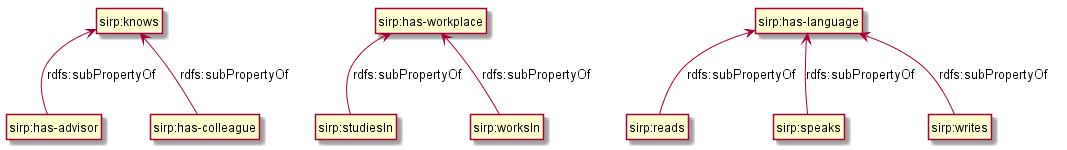
Above: Diagramas UML/PropRecPersonas.png in eriknovic/mi-proyecto-erik (PlantUML), before the change.
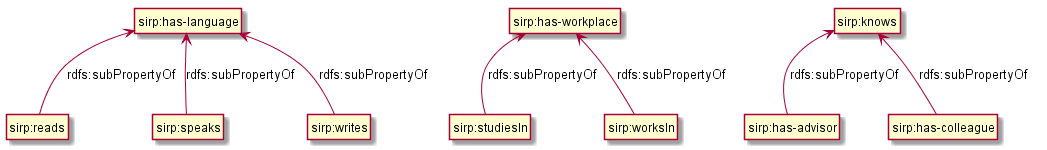
Above is the later version.

Change to the diagram source:
```diff
@@ -1,15 +1,15 @@
 @startuml
+
+"sirp:has-advisor" -up-> "sirp:knows" : rdfs:subPropertyOf
+"sirp:has-colleague" -up-> "sirp:knows" : rdfs:subPropertyOf
+
+"sirp:studiesIn" -up-> "sirp:has-workplace" : rdfs:subPropertyOf
+"sirp:worksIn" -up-> "sirp:has-workplace" : rdfs:subPropertyOf
 
 "sirp:reads" -up-> "sirp:has-language" : rdfs:subPropertyOf
 "sirp:speaks" -up-> "sirp:has-language" : rdfs:subPropertyOf
 "sirp:writes" -up-> "sirp:has-language" : rdfs:subPropertyOf
 
-"sirp:studiesIn" -up-> "sirp:has-workplace" : rdfs:subPropertyOf
-"sirp:worksIn" -up-> "sirp:has-workplace" : rdfs:subPropertyOf
-
-"sirp:has-advisor" -up-> "sirp:knows" : rdfs:subPropertyOf
-"sirp:has-colleague" -up-> "sirp:knows" : rdfs:subPropertyOf
-
 hide members
 hide circle
 @enduml
```
